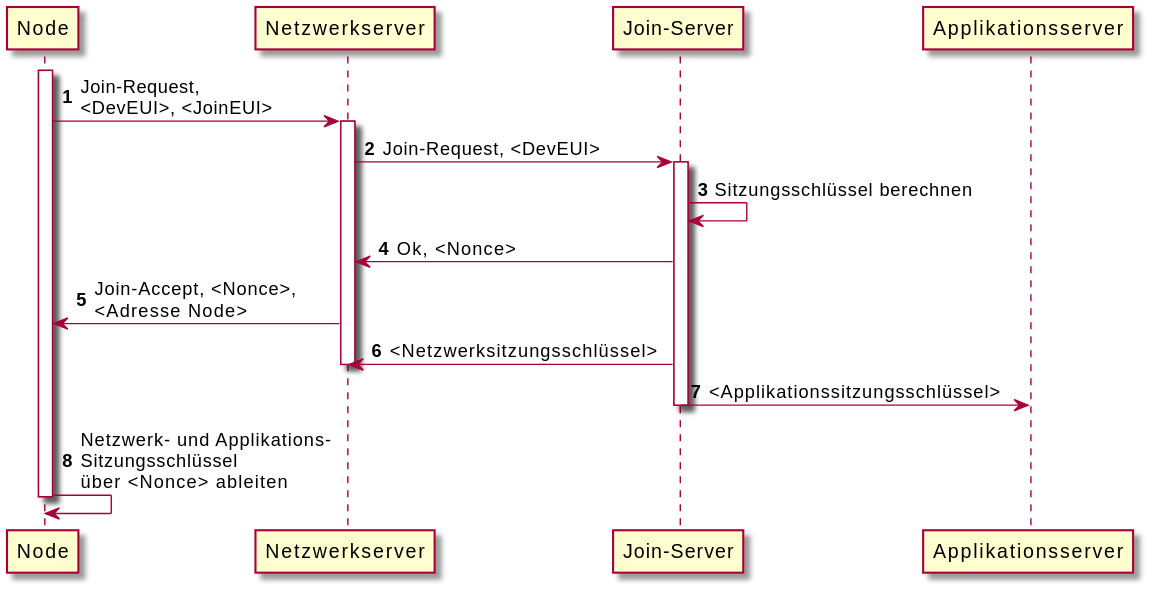
This is images/lorawan-OTAA.svg from Salaml/sensor-networks, a PlantUML export, as it was before one commit.
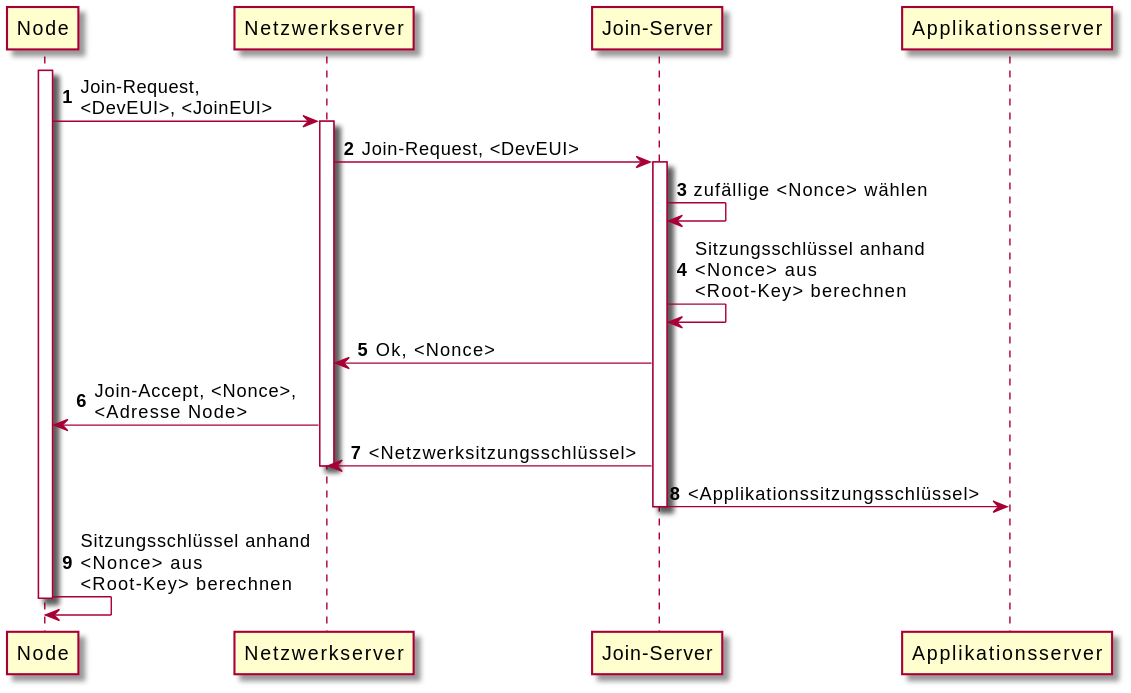
After the change.

Commit message:
add lorawan activation methods and update OTAA diagrams

The edit, as a diff of the source:
```diff
@@ -10,13 +10,14 @@
 activate Network
 Network -> Join: Join-Request, <DevEUI>
 activate Join
-Join -> Join: Sitzungsschlüssel berechnen
+Join -> Join: zufällige <Nonce> wählen
+Join -> Join: Sitzungsschlüssel anhand\n<Nonce> aus \n<Root-Key> berechnen
 Join -> Network: Ok, <Nonce>
 Network -> Node: Join-Accept, <Nonce>, \n<Adresse Node>
 Join -> Network: <Netzwerksitzungsschlüssel>
 deactivate Network
 Join -> App: <Applikationssitzungsschlüssel>
 deactivate Join
-Node -> Node: Netzwerk- und Applikations-\nSitzungsschlüssel\nüber <Nonce> ableiten
+Node -> Node: Sitzungsschlüssel anhand\n<Nonce> aus \n<Root-Key> berechnen
 deactivate Node
 @enduml
```
